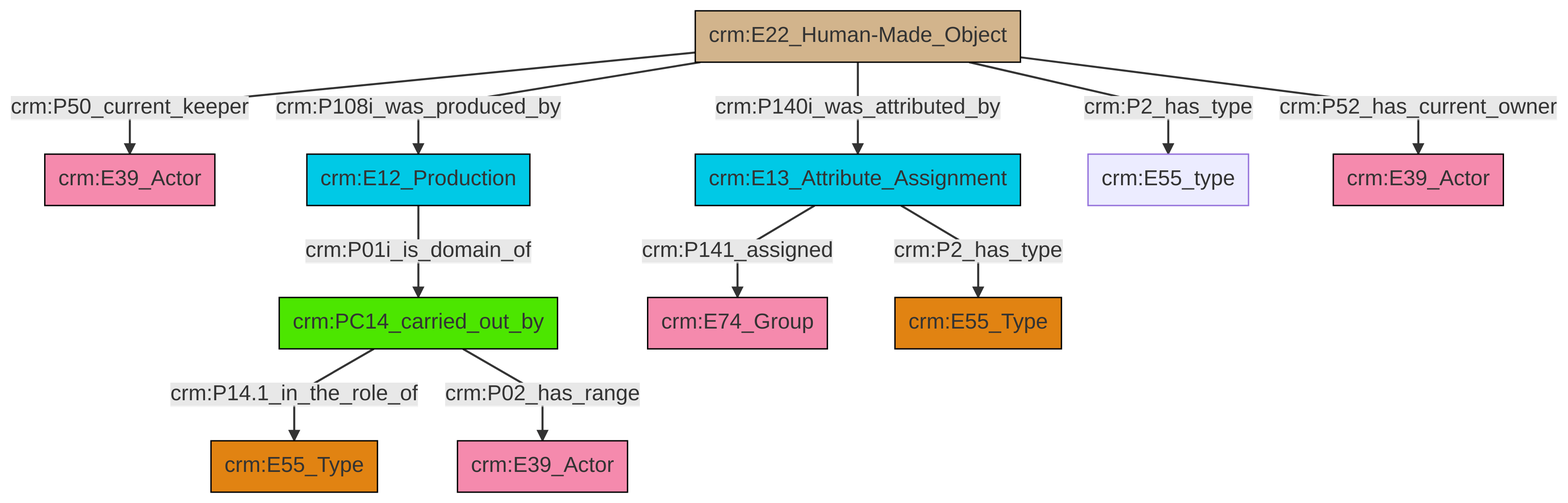
Above: et/artworkCSV/ttl/mmd/png/Artwork_Actor_Relations.png in swiss-art-research-net/docs.swissartresearch (Mermaid), before the change. Its source is kept beside it as et/artworkCSV/ttl/mmd/Artwork_Actor_Relations.ttl.mmd.
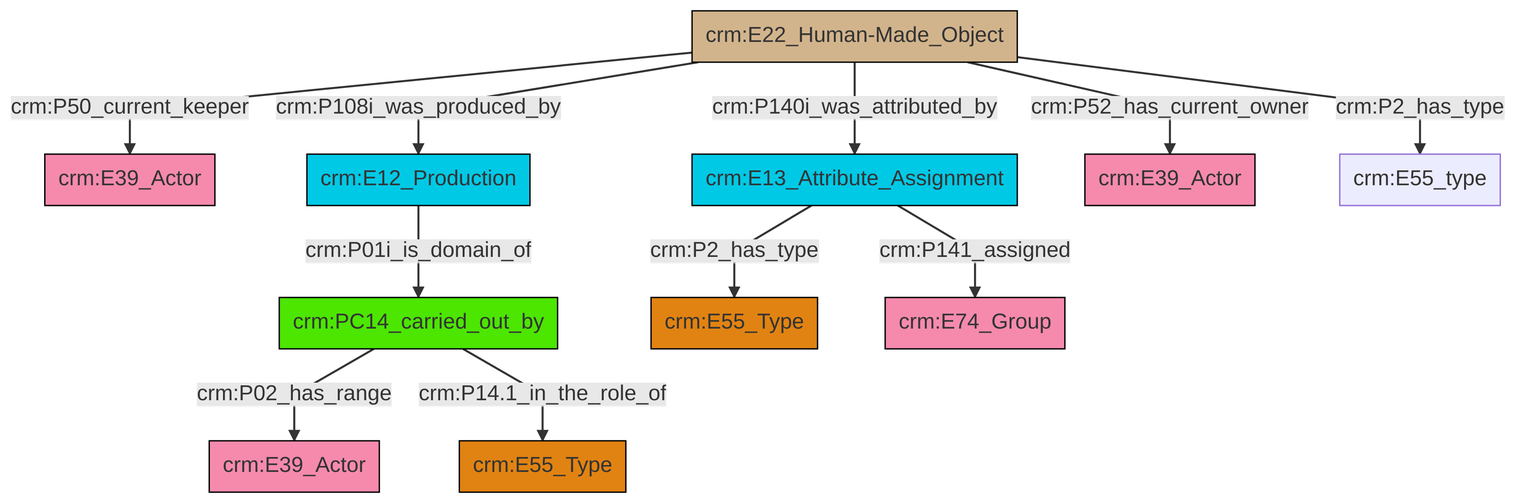
The same file after the commit.

Change to the diagram source:
```diff
@@ -13,13 +13,13 @@
 classDef PC_Classes fill:#4ce600, stroke:#000000;
 classDef Multi fill:#cccccc,stroke:#000000;
 
-0["crm:PC14_carried_out_by"]:::PC_Classes -->|crm:P14.1_in_the_role_of| 1["crm:E55_Type"]:::Type
-4["crm:E13_Attribute_Assignment"]:::Temporal_Entity -->|crm:P141_assigned| 5["crm:E74_Group"]:::Actor
-0["crm:PC14_carried_out_by"]:::PC_Classes -->|crm:P02_has_range| 6["crm:E39_Actor"]:::Actor
-8["crm:E12_Production"]:::Temporal_Entity -->|crm:P01i_is_domain_of| 0["crm:PC14_carried_out_by"]:::PC_Classes
-9["crm:E22_Human-Made_Object"]:::Physical_Thing -->|crm:P108i_was_produced_by| 8["crm:E12_Production"]:::Temporal_Entity
-9["crm:E22_Human-Made_Object"]:::Physical_Thing -->|crm:P2_has_type| 11["crm:E55_type"]:::Default
-9["crm:E22_Human-Made_Object"]:::Physical_Thing -->|crm:P140i_was_attributed_by| 4["crm:E13_Attribute_Assignment"]:::Temporal_Entity
-4["crm:E13_Attribute_Assignment"]:::Temporal_Entity -->|crm:P2_has_type| 13["crm:E55_Type"]:::Type
-9["crm:E22_Human-Made_Object"]:::Physical_Thing -->|crm:P52_has_current_owner| 16["crm:E39_Actor"]:::Actor
-9["crm:E22_Human-Made_Object"]:::Physical_Thing -->|crm:P50_current_keeper| 2["crm:E39_Actor"]:::Actor
+0["crm:E22_Human-Made_Object"]:::Physical_Thing -->|crm:P50_current_keeper| 1["crm:E39_Actor"]:::Actor
+4["crm:E12_Production"]:::Temporal_Entity -->|crm:P01i_is_domain_of| 5["crm:PC14_carried_out_by"]:::PC_Classes
+0["crm:E22_Human-Made_Object"]:::Physical_Thing -->|crm:P108i_was_produced_by| 4["crm:E12_Production"]:::Temporal_Entity
+0["crm:E22_Human-Made_Object"]:::Physical_Thing -->|crm:P52_has_current_owner| 12["crm:E39_Actor"]:::Actor
+6["crm:E13_Attribute_Assignment"]:::Temporal_Entity -->|crm:P141_assigned| 13["crm:E74_Group"]:::Actor
+5["crm:PC14_carried_out_by"]:::PC_Classes -->|crm:P02_has_range| 2["crm:E39_Actor"]:::Actor
+6["crm:E13_Attribute_Assignment"]:::Temporal_Entity -->|crm:P2_has_type| 10["crm:E55_Type"]:::Type
+0["crm:E22_Human-Made_Object"]:::Physical_Thing -->|crm:P2_has_type| 18["crm:E55_type"]:::Default
+5["crm:PC14_carried_out_by"]:::PC_Classes -->|crm:P14.1_in_the_role_of| 8["crm:E55_Type"]:::Type
+0["crm:E22_Human-Made_Object"]:::Physical_Thing -->|crm:P140i_was_attributed_by| 6["crm:E13_Attribute_Assignment"]:::Temporal_Entity
```
